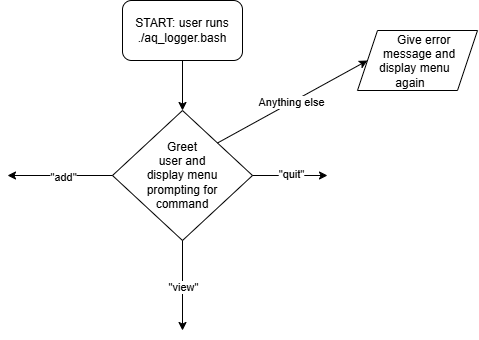
kristiyan-donchev/aquarium-logger keeps this draw.io diagram as docs/System Diagram.drawio.png. Above is the earlier version. Source tidied: cells renumbered, new cells last; positions are measured from the earlier drawing's top-left corner, leaving out a move shared by most shapes.
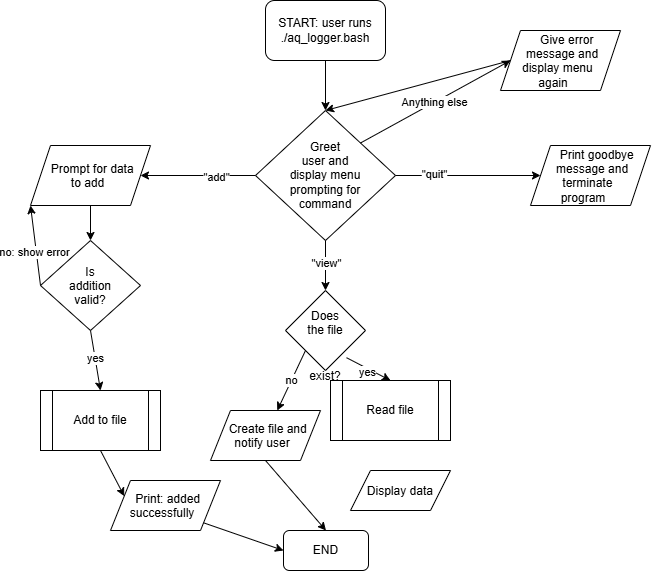
After the change.

Diff of the diagram source:
```diff
@@ -11,13 +11,11 @@
     <mxCell id="4" value="Greet user and display menu prompting for command" style="rhombus;whiteSpace=wrap;html=1;shapeInside=1;" parent="1" vertex="1">
       <mxGeometry x="105" y="110" width="140" height="130" as="geometry" />
     </mxCell>
-    <mxCell id="5" style="endArrow=classic;html=1;rounded=0;defaultLabelBackgroundColor=page;exitX=1;exitY=0.5;exitDx=0;exitDy=0;" parent="1" edge="1" source="4">
-      <mxGeometry relative="1" as="geometry">
-        <mxPoint x="320" y="175" as="targetPoint" />
-      </mxGeometry>
+    <mxCell id="5" style="endArrow=classic;html=1;rounded=0;defaultLabelBackgroundColor=page;exitX=1;exitY=0.5;exitDx=0;exitDy=0;entryX=0;entryY=0.5;entryDx=0;entryDy=0;" parent="1" edge="1" source="4" target="15">
+      <mxGeometry relative="1" as="geometry" />
     </mxCell>
     <mxCell id="6" value="&quot;quit&quot;" style="edgeLabel;html=1;align=center;verticalAlign=middle;inheritText=1;defaultLabelBackgroundColor=page;" parent="5" vertex="1">
-      <mxGeometry x="0.01" y="2" relative="1" as="geometry" />
+      <mxGeometry x="-0.48" y="2" relative="1" as="geometry" />
     </mxCell>
     <mxCell id="7" style="endArrow=classic;html=1;rounded=0;defaultLabelBackgroundColor=page;exitX=1;exitY=0;exitDx=0;exitDy=0;entryX=0;entryY=0.5;entryDx=0;entryDy=0;" parent="1" edge="1" source="4" target="13">
       <mxGeometry relative="1" as="geometry" />
@@ -25,24 +23,91 @@
     <mxCell id="8" value="Anything else" style="edgeLabel;html=1;align=center;verticalAlign=middle;inheritText=1;defaultLabelBackgroundColor=page;" parent="7" vertex="1">
       <mxGeometry x="-0.02" y="1" relative="1" as="geometry" />
     </mxCell>
-    <mxCell id="9" style="endArrow=classic;html=1;rounded=0;defaultLabelBackgroundColor=page;exitX=0;exitY=0.5;exitDx=0;exitDy=0;" parent="1" edge="1" source="4">
-      <mxGeometry relative="1" as="geometry">
-        <mxPoint y="175" as="targetPoint" />
-      </mxGeometry>
+    <mxCell id="9" style="endArrow=classic;html=1;rounded=0;defaultLabelBackgroundColor=page;exitX=0;exitY=0.5;exitDx=0;exitDy=0;entryX=1;entryY=0.5;entryDx=0;entryDy=0;" parent="1" edge="1" source="4" target="16">
+      <mxGeometry relative="1" as="geometry" />
     </mxCell>
     <mxCell id="10" value="&quot;add&quot;" style="edgeLabel;html=1;align=center;verticalAlign=middle;inheritText=1;defaultLabelBackgroundColor=page;" parent="9" vertex="1">
-      <mxGeometry x="-0.05" y="1" relative="1" as="geometry" />
+      <mxGeometry x="-0.31" y="1" relative="1" as="geometry" />
     </mxCell>
-    <mxCell id="11" style="endArrow=classic;html=1;rounded=0;defaultLabelBackgroundColor=page;exitX=0.5;exitY=1;exitDx=0;exitDy=0;" parent="1" edge="1" source="4">
-      <mxGeometry relative="1" as="geometry">
-        <mxPoint x="175" y="330" as="targetPoint" />
-      </mxGeometry>
+    <mxCell id="11" style="endArrow=classic;html=1;rounded=0;defaultLabelBackgroundColor=page;exitX=0.5;exitY=1;exitDx=0;exitDy=0;entryX=0.5;entryY=0;entryDx=0;entryDy=0;" parent="1" edge="1" source="4" target="28">
+      <mxGeometry relative="1" as="geometry" />
     </mxCell>
     <mxCell id="12" value="&quot;view&quot;" style="edgeLabel;html=1;align=center;verticalAlign=middle;inheritText=1;defaultLabelBackgroundColor=page;" parent="11" vertex="1">
-      <mxGeometry x="0.03" relative="1" as="geometry" />
+      <mxGeometry x="-0.13" relative="1" as="geometry" />
     </mxCell>
     <mxCell id="13" value="Give&amp;nbsp;&lt;span style=&quot;text-decoration-line: inherit; background-color: transparent; color: light-dark(#000000, var(--ge-light-color, #ffffff));&quot;&gt;error message and display menu again&lt;/span&gt;" style="shape=parallelogram;perimeter=parallelogramPerimeter;whiteSpace=wrap;html=1;shapeInside=1;fixedSize=1;" parent="1" vertex="1">
       <mxGeometry x="350" y="30" width="120" height="60" as="geometry" />
     </mxCell>
+    <mxCell id="14" style="endArrow=classic;html=1;rounded=0;defaultLabelBackgroundColor=page;exitX=0;exitY=0.5;exitDx=0;exitDy=0;entryX=0.5;entryY=0;entryDx=0;entryDy=0;" parent="1" edge="1" source="13" target="4">
+      <mxGeometry relative="1" as="geometry" />
+    </mxCell>
+    <mxCell id="15" value="Print goodbye message and terminate program" style="shape=parallelogram;perimeter=parallelogramPerimeter;whiteSpace=wrap;html=1;shapeInside=1;fixedSize=1;" parent="1" vertex="1">
+      <mxGeometry x="380" y="145" width="120" height="60" as="geometry" />
+    </mxCell>
+    <mxCell id="16" value="Prompt for data to add" style="shape=parallelogram;perimeter=parallelogramPerimeter;whiteSpace=wrap;html=1;shapeInside=1;fixedSize=1;" parent="1" vertex="1">
+      <mxGeometry x="-120" y="145" width="120" height="60" as="geometry" />
+    </mxCell>
+    <mxCell id="17" value="Is addition valid?" style="rhombus;whiteSpace=wrap;html=1;shapeInside=1;" parent="1" vertex="1">
+      <mxGeometry x="-110" y="240" width="100" height="90" as="geometry" />
+    </mxCell>
+    <mxCell id="18" style="endArrow=classic;html=1;rounded=0;defaultLabelBackgroundColor=page;exitX=0.5;exitY=1;exitDx=0;exitDy=0;entryX=0.5;entryY=0;entryDx=0;entryDy=0;" parent="1" edge="1" source="16" target="17">
+      <mxGeometry relative="1" as="geometry" />
+    </mxCell>
+    <mxCell id="19" style="endArrow=classic;html=1;rounded=0;defaultLabelBackgroundColor=page;exitX=0.5;exitY=1;exitDx=0;exitDy=0;entryX=0.5;entryY=0;entryDx=0;entryDy=0;" parent="1" edge="1" source="17" target="24">
+      <mxGeometry relative="1" as="geometry" />
+    </mxCell>
+    <mxCell id="20" value="yes" style="edgeLabel;html=1;align=center;verticalAlign=middle;inheritText=1;defaultLabelBackgroundColor=page;" parent="19" vertex="1">
+      <mxGeometry x="-0.08" relative="1" as="geometry" />
+    </mxCell>
+    <mxCell id="21" style="endArrow=classic;html=1;rounded=0;defaultLabelBackgroundColor=page;exitX=0;exitY=0.5;exitDx=0;exitDy=0;" parent="1" edge="1" source="17">
+      <mxGeometry relative="1" as="geometry">
+        <mxPoint x="-120" y="205" as="targetPoint" />
+      </mxGeometry>
+    </mxCell>
+    <mxCell id="22" value="no: show error" style="edgeLabel;html=1;align=center;verticalAlign=middle;inheritText=1;defaultLabelBackgroundColor=page;" parent="21" vertex="1">
+      <mxGeometry x="-0.15" y="2" relative="1" as="geometry" />
+    </mxCell>
+    <mxCell id="23" value="END" style="rounded=1;whiteSpace=wrap;html=1;roundedPerimeter=1;" parent="1" vertex="1">
+      <mxGeometry x="133" y="530" width="85" height="40" as="geometry" />
+    </mxCell>
+    <mxCell id="24" value="Add to file" style="shape=process;whiteSpace=wrap;html=1;backgroundOutline=1;" parent="1" vertex="1">
+      <mxGeometry x="-110" y="390" width="120" height="60" as="geometry" />
+    </mxCell>
+    <mxCell id="25" value="Print: added successfully" style="shape=parallelogram;perimeter=parallelogramPerimeter;whiteSpace=wrap;html=1;shapeInside=1;fixedSize=1;" parent="1" vertex="1">
+      <mxGeometry x="-40" y="480" width="110" height="50" as="geometry" />
+    </mxCell>
+    <mxCell id="26" style="endArrow=classic;html=1;rounded=0;defaultLabelBackgroundColor=page;exitX=1;exitY=1;exitDx=0;exitDy=0;entryX=0;entryY=0.5;entryDx=0;entryDy=0;" parent="1" edge="1" source="25" target="23">
+      <mxGeometry relative="1" as="geometry" />
+    </mxCell>
+    <mxCell id="27" style="endArrow=classic;html=1;rounded=0;defaultLabelBackgroundColor=page;exitX=0.5;exitY=1;exitDx=0;exitDy=0;entryX=0;entryY=0.25;entryDx=0;entryDy=0;" parent="1" edge="1" source="24" target="25">
+      <mxGeometry relative="1" as="geometry" />
+    </mxCell>
+    <mxCell id="28" value="Does the file exist?" style="rhombus;whiteSpace=wrap;html=1;shapeInside=1;" parent="1" vertex="1">
+      <mxGeometry x="135" y="290" width="80" height="80" as="geometry" />
+    </mxCell>
+    <mxCell id="29" style="endArrow=classic;html=1;rounded=0;defaultLabelBackgroundColor=page;exitX=0.763;exitY=0.84;exitDx=0;exitDy=0;exitPerimeter=0;entryX=0.5;entryY=0;entryDx=0;entryDy=0;" parent="1" edge="1" source="28" target="34">
+      <mxGeometry relative="1" as="geometry" />
+    </mxCell>
+    <mxCell id="30" value="yes" style="edgeLabel;html=1;align=center;verticalAlign=middle;inheritText=1;defaultLabelBackgroundColor=page;" parent="29" vertex="1">
+      <mxGeometry x="0.02" y="-3" relative="1" as="geometry" />
+    </mxCell>
+    <mxCell id="31" style="endArrow=classic;html=1;rounded=0;defaultLabelBackgroundColor=page;exitX=0;exitY=1;exitDx=0;exitDy=0;" parent="1" edge="1" source="28" target="33">
+      <mxGeometry relative="1" as="geometry" />
+    </mxCell>
+    <mxCell id="32" value="no" style="edgeLabel;html=1;align=center;verticalAlign=middle;inheritText=1;defaultLabelBackgroundColor=page;" parent="31" vertex="1">
+      <mxGeometry x="0.01" relative="1" as="geometry" />
+    </mxCell>
+    <mxCell id="33" value="Create file and notify user" style="shape=parallelogram;perimeter=parallelogramPerimeter;whiteSpace=wrap;html=1;shapeInside=1;fixedSize=1;" parent="1" vertex="1">
+      <mxGeometry x="60" y="410" width="110" height="50" as="geometry" />
+    </mxCell>
+    <mxCell id="34" value="Read file" style="shape=process;whiteSpace=wrap;html=1;backgroundOutline=1;" parent="1" vertex="1">
+      <mxGeometry x="180" y="380" width="120" height="60" as="geometry" />
+    </mxCell>
+    <mxCell id="35" style="endArrow=classic;html=1;rounded=0;defaultLabelBackgroundColor=page;exitX=0.5;exitY=1;exitDx=0;exitDy=0;entryX=0.5;entryY=0;entryDx=0;entryDy=0;" parent="1" edge="1" source="33" target="23">
+      <mxGeometry relative="1" as="geometry" />
+    </mxCell>
+    <mxCell id="36" value="Display data" style="shape=parallelogram;perimeter=parallelogramPerimeter;whiteSpace=wrap;html=1;shapeInside=1;fixedSize=1;" parent="1" vertex="1">
+      <mxGeometry x="200" y="470" width="100" height="40" as="geometry" />
+    </mxCell>
   </root>
 </mxGraphModel>
```
